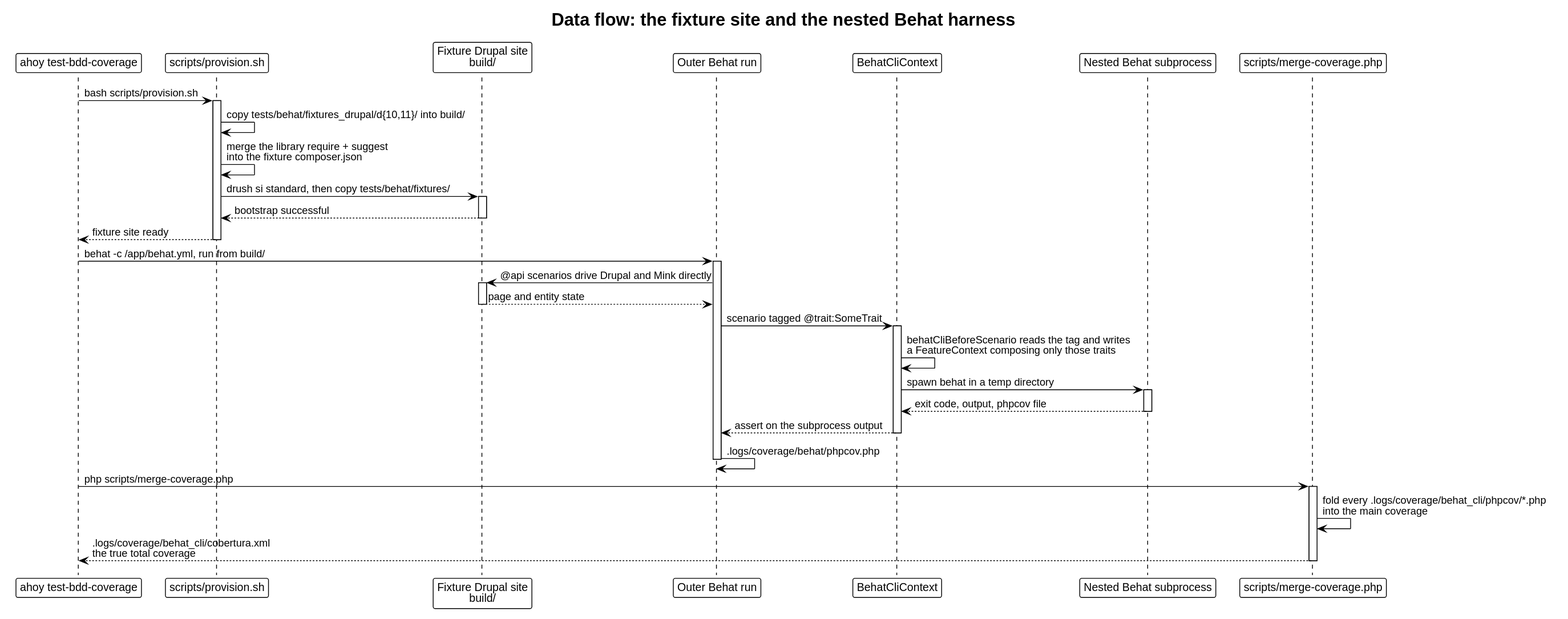
This is docs/architecture/dataflow-tests.svg from drevops/behat-steps, a PlantUML export, as it was before one commit. Source of this version:
```plantuml
@startuml
!theme plain
skinparam backgroundColor white
skinparam defaultFontName Helvetica
skinparam shadowing false
title Data flow: the fixture site and the nested Behat harness

participant "ahoy test-bdd-coverage" as Dev
participant "scripts/provision.sh" as Prov
participant "Fixture Drupal site\nbuild/" as Site
participant "Outer Behat run" as Behat
participant "BehatCliContext" as Cli
participant "Nested Behat subprocess" as Sub
participant "scripts/merge-coverage.php" as Merge

Dev -> Prov: bash scripts/provision.sh
activate Prov
Prov -> Prov: copy tests/behat/fixtures_drupal/d{10,11}/ into build/
Prov -> Prov: merge the library require + suggest\ninto the fixture composer.json
Prov -> Site: drush si standard, then copy tests/behat/fixtures/
activate Site
Site --> Prov: bootstrap successful
deactivate Site
Prov --> Dev: fixture site ready
deactivate Prov

Dev -> Behat: behat -c /app/behat.yml, run from build/
activate Behat

Behat -> Site: @api scenarios drive Drupal and Mink directly
activate Site
Site --> Behat: page and entity state
deactivate Site

Behat -> Cli: scenario tagged @trait:SomeTrait
activate Cli
Cli -> Cli: behatCliBeforeScenario reads the tag and writes\na FeatureContext composing only those traits
Cli -> Sub: spawn behat in a temp directory
activate Sub
Sub --> Cli: exit code, output, phpcov file
deactivate Sub
Cli --> Behat: assert on the subprocess output
deactivate Cli

Behat -> Behat: .logs/coverage/behat/phpcov.php
deactivate Behat

Dev -> Merge: php scripts/merge-coverage.php
activate Merge
Merge -> Merge: fold every .logs/coverage/behat_cli/phpcov/*.php\ninto the main coverage
Merge --> Dev: .logs/coverage/behat_cli/cobertura.xml\nthe true total coverage
deactivate Merge
@enduml
```
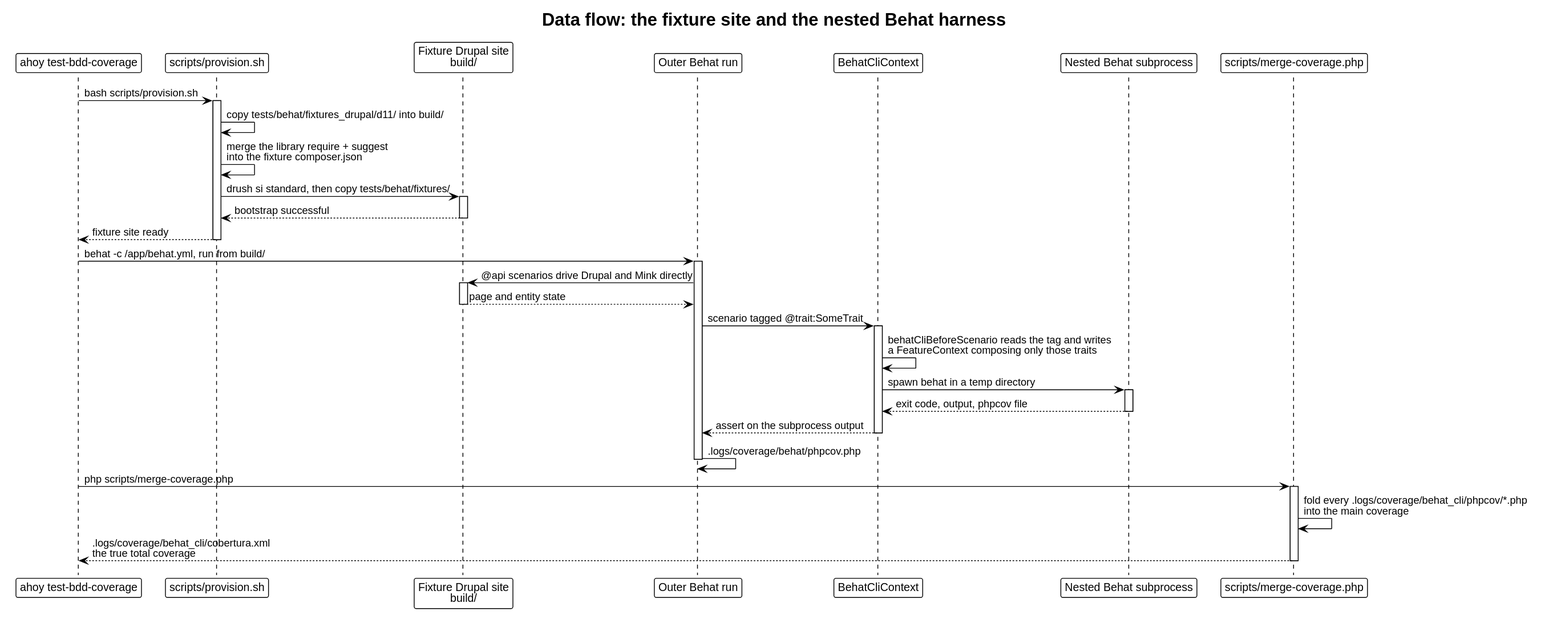
After the change.

The edit, as a diff of the source:
```diff
@@ -15,7 +15,7 @@
 
 Dev -> Prov: bash scripts/provision.sh
 activate Prov
-Prov -> Prov: copy tests/behat/fixtures_drupal/d{10,11}/ into build/
+Prov -> Prov: copy tests/behat/fixtures_drupal/d11/ into build/
 Prov -> Prov: merge the library require + suggest\ninto the fixture composer.json
 Prov -> Site: drush si standard, then copy tests/behat/fixtures/
 activate Site
```
